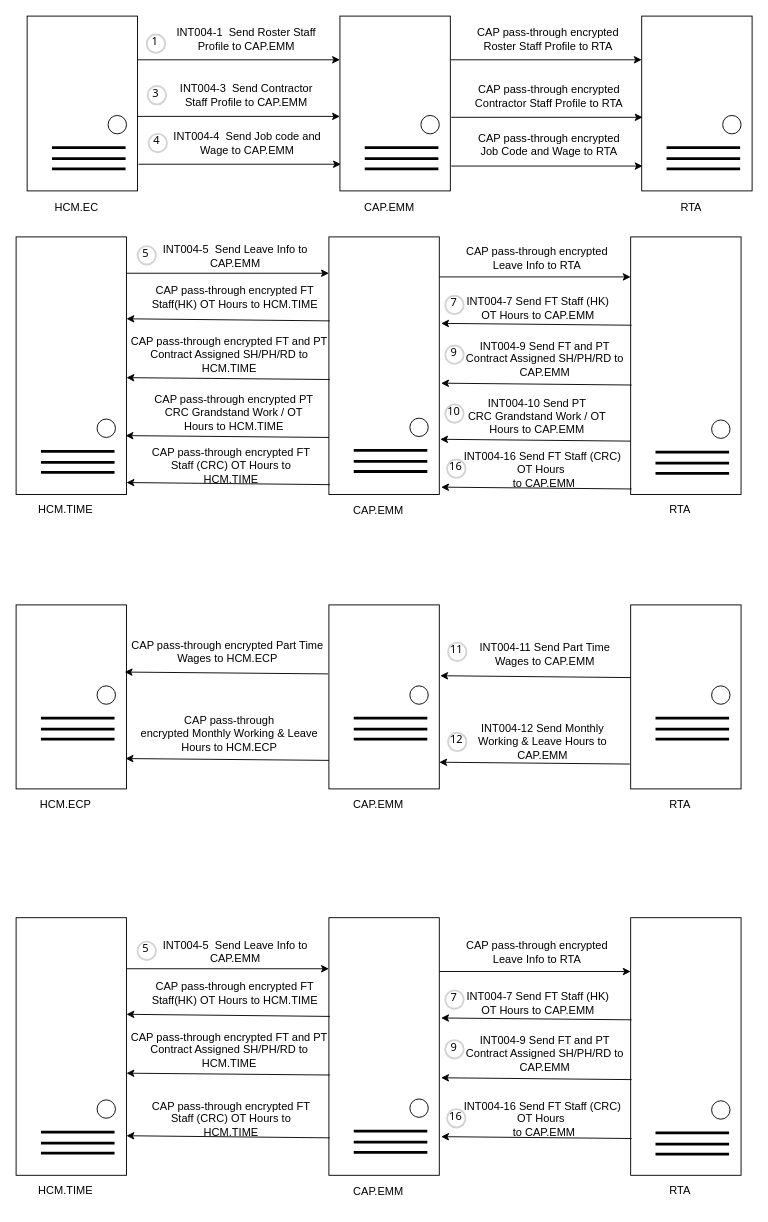
Before: page "RTA" (16 of 21) of Untitled Diagram.drawio in wsxad234/flowchart, a draw.io diagram. Source tidied: cells renumbered, new cells numbered last; positions are measured from the earlier drawing's top-left corner, leaving out a move shared by most shapes. Both pictures are drawn from the tidied source at 92%, with x=0, y=0 at pixel (16, 16).
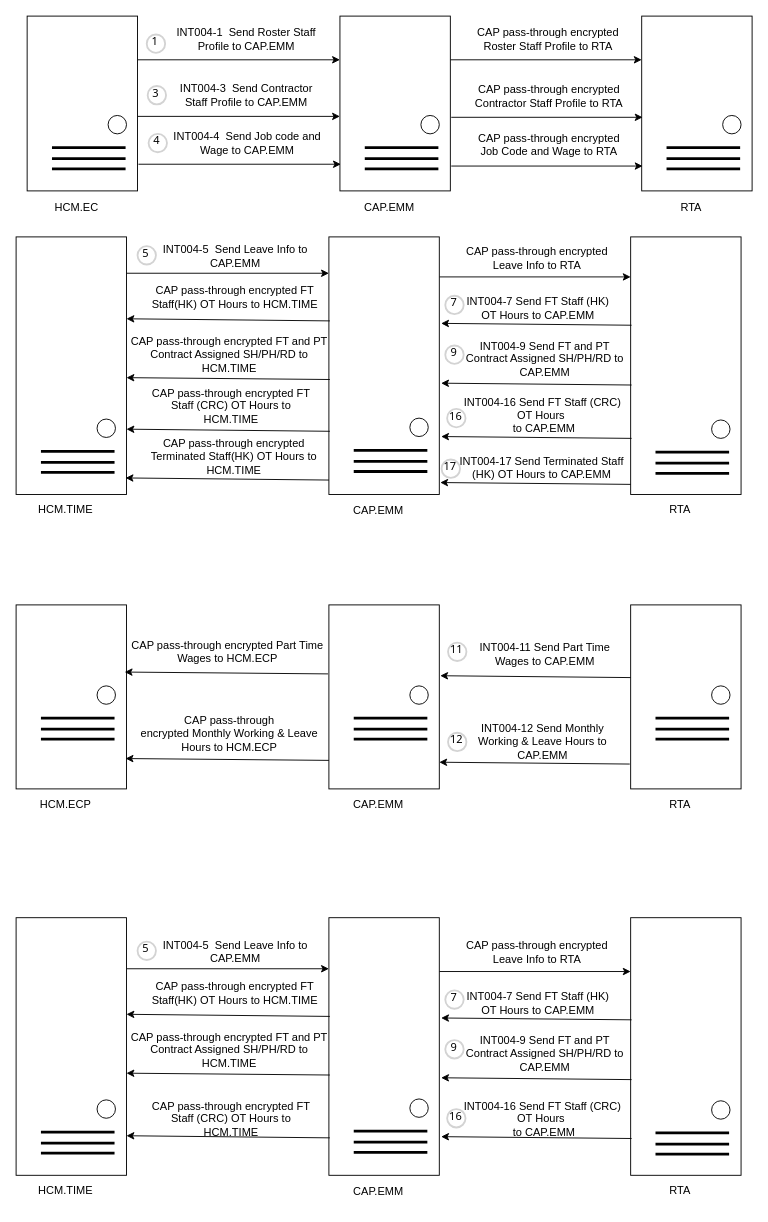
Above is the later version.

What changed in the source:
```diff
@@
-    <mxCell id="62" value="INT004-10 Send&amp;nbsp;PT&lt;br/&gt;CRC Grandstand Work / OT Hours&lt;span style=&quot;background-color: initial;&quot;&gt;&amp;nbsp;to CAP.EMM&lt;/span&gt;" style="text;html=1;strokeColor=none;fillColor=none;align=center;verticalAlign=middle;whiteSpace=wrap;rounded=0;" parent="1" vertex="1">
-      <mxGeometry x="479.5" y="415" width="173" height="40" as="geometry" />
-    </mxCell>
-    <mxCell id="63" value="CAP pass-through encrypted&amp;nbsp;PT&lt;br/&gt;CRC Grandstand Work / OT Hours&lt;span style=&quot;background-color: initial;&quot;&gt;&amp;nbsp;to HCM.TIME&lt;/span&gt;" style="text;html=1;strokeColor=none;fillColor=none;align=center;verticalAlign=middle;whiteSpace=wrap;rounded=0;" parent="1" vertex="1">
-      <mxGeometry x="143" y="411" width="188" height="40" as="geometry" />
-    </mxCell>
-    <mxCell id="64" style="endArrow=classic;html=1;rounded=0;exitX=0.008;exitY=0.438;exitDx=0;exitDy=0;exitPerimeter=0;" parent="1" edge="1">
-      <mxGeometry relative="1" as="geometry">
-        <mxPoint x="668" y="462" as="sourcePoint" />
-        <mxPoint x="461" y="460" as="targetPoint" />
-      </mxGeometry>
-    </mxCell>
-    <mxCell id="65" style="endArrow=classic;html=1;rounded=0;exitX=0.008;exitY=0.406;exitDx=0;exitDy=0;exitPerimeter=0;" parent="1" edge="1">
-      <mxGeometry relative="1" as="geometry">
-        <mxPoint x="340" y="458" as="sourcePoint" />
-        <mxPoint x="119" y="456" as="targetPoint" />
-      </mxGeometry>
-    </mxCell>
@@
-    <mxCell id="67" value="10" style="ellipse;whiteSpace=wrap;html=1;strokeWidth=2;fontFamily=Tahoma;spacingBottom=4;spacingRight=2;strokeColor=#d3d3d3;" parent="1" vertex="1">
-      <mxGeometry x="466.5" y="422" width="20" height="20" as="geometry" />
-    </mxCell>
@@
     <mxCell id="102" value="INT004-16 Send FT Staff (CRC) OT Hours&amp;nbsp;&lt;span class=&quot;ui-provider&quot;&gt;&lt;/span&gt;&lt;br&gt;&lt;span class=&quot;ui-provider&quot;&gt;&lt;/span&gt;&amp;nbsp;to CAP.EMM" style="text;html=1;strokeColor=none;fillColor=none;align=center;verticalAlign=middle;whiteSpace=wrap;rounded=0;" parent="1" vertex="1">
-      <mxGeometry x="485.5" y="473" width="173" height="40" as="geometry" />
+      <mxGeometry x="485.5" y="414" width="173" height="40" as="geometry" />
     </mxCell>
     <mxCell id="103" value="CAP pass-through encrypted FT Staff (CRC) OT Hours&amp;nbsp;to HCM.TIME" style="text;html=1;strokeColor=none;fillColor=none;align=center;verticalAlign=middle;whiteSpace=wrap;rounded=0;" parent="1" vertex="1">
-      <mxGeometry x="140" y="469" width="188" height="40" as="geometry" />
+      <mxGeometry x="140" y="404" width="188" height="40" as="geometry" />
     </mxCell>
     <mxCell id="104" style="endArrow=classic;html=1;rounded=0;exitX=0.008;exitY=0.438;exitDx=0;exitDy=0;exitPerimeter=0;" parent="1" edge="1">
       <mxGeometry relative="1" as="geometry">
-        <mxPoint x="669" y="514" as="sourcePoint" />
-        <mxPoint x="462" y="512" as="targetPoint" />
+        <mxPoint x="669" y="459" as="sourcePoint" />
+        <mxPoint x="462" y="457" as="targetPoint" />
       </mxGeometry>
     </mxCell>
     <mxCell id="105" style="endArrow=classic;html=1;rounded=0;exitX=0.008;exitY=0.406;exitDx=0;exitDy=0;exitPerimeter=0;" parent="1" edge="1">
       <mxGeometry relative="1" as="geometry">
-        <mxPoint x="341" y="509.3" as="sourcePoint" />
-        <mxPoint x="120" y="507" as="targetPoint" />
+        <mxPoint x="341" y="451.3" as="sourcePoint" />
+        <mxPoint x="120" y="449" as="targetPoint" />
       </mxGeometry>
     </mxCell>
     <mxCell id="106" value="16" style="ellipse;whiteSpace=wrap;html=1;strokeWidth=2;fontFamily=Tahoma;spacingBottom=4;spacingRight=2;strokeColor=#d3d3d3;" parent="1" vertex="1">
-      <mxGeometry x="468.5" y="482" width="20" height="20" as="geometry" />
+      <mxGeometry x="468.5" y="427" width="20" height="20" as="geometry" />
     </mxCell>
@@
+    <mxCell id="146" value="INT004-17 Send Terminated Staff (HK) OT Hours to CAP.EMM" style="text;html=1;strokeColor=none;fillColor=none;align=center;verticalAlign=middle;whiteSpace=wrap;rounded=0;" parent="1" vertex="1">
+      <mxGeometry x="479.5" y="471" width="182.5" height="40" as="geometry" />
+    </mxCell>
+    <mxCell id="147" value="CAP pass-through encrypted Terminated Staff(HK) OT Hours to HCM.TIME" style="text;html=1;strokeColor=none;fillColor=none;align=center;verticalAlign=middle;whiteSpace=wrap;rounded=0;" parent="1" vertex="1">
+      <mxGeometry x="143" y="459" width="188" height="40" as="geometry" />
+    </mxCell>
+    <mxCell id="148" style="endArrow=classic;html=1;rounded=0;exitX=0.008;exitY=0.438;exitDx=0;exitDy=0;exitPerimeter=0;" parent="1" edge="1">
+      <mxGeometry relative="1" as="geometry">
+        <mxPoint x="668" y="509" as="sourcePoint" />
+        <mxPoint x="461" y="507" as="targetPoint" />
+      </mxGeometry>
+    </mxCell>
+    <mxCell id="149" style="endArrow=classic;html=1;rounded=0;exitX=0.008;exitY=0.406;exitDx=0;exitDy=0;exitPerimeter=0;" parent="1" edge="1">
+      <mxGeometry relative="1" as="geometry">
+        <mxPoint x="340" y="504.3" as="sourcePoint" />
+        <mxPoint x="119" y="502" as="targetPoint" />
+      </mxGeometry>
+    </mxCell>
+    <mxCell id="150" value="17" style="ellipse;whiteSpace=wrap;html=1;strokeWidth=2;fontFamily=Tahoma;spacingBottom=4;spacingRight=2;strokeColor=#d3d3d3;" parent="1" vertex="1">
+      <mxGeometry x="462.5" y="482" width="20" height="20" as="geometry" />
+    </mxCell>
```
